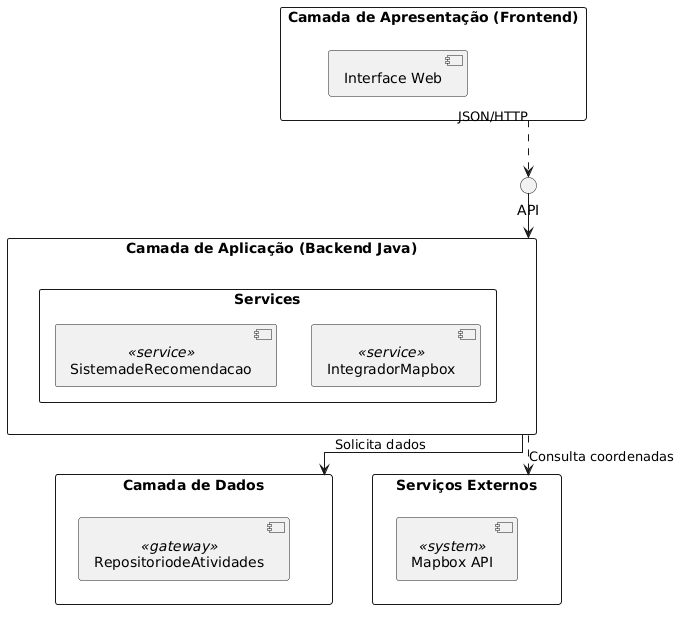
J-B-Works/Wisp keeps this PlantUML diagram as Modelagem/Outputs(Imagens)/Diagrama_de_pacotes.png. Above is the earlier version.
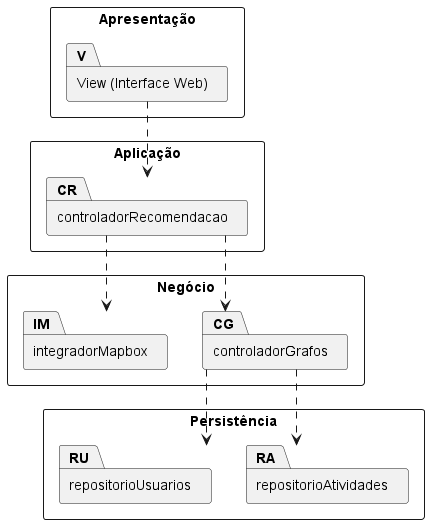
The same file after the commit.

Diff of the diagram source:
```diff
@@ -3,31 +3,28 @@
 skinparam shadowing false
 skinparam linetype ortho
 
-package "Camada de Apresentação (Frontend)" as Presentation {
-    [Interface Web] as UI
+package "Apresentação" {
+    package "View (Interface Web)" as V
 }
 
-package "Camada de Aplicação (Backend Java)" as App {
-
-        package "Services" as Domain_Logic {
-        [SistemadeRecomendacao] <<service>>
-        [IntegradorMapbox] <<service>>
-
-    }
+package "Aplicação" {
+    package "controladorRecomendacao" as CR
 }
 
-package "Camada de Dados" as DataLayer {
-    [RepositoriodeAtividades] <<gateway>>
-
+package "Negócio" {
+    package "controladorGrafos" as CG
+    package "integradorMapbox" as IM
 }
 
-package "Serviços Externos" as External {
-    [Mapbox API] <<system>>
+package "Persistência" {
+    package "repositorioAtividades" as RA
+    package "repositorioUsuarios" as RU
 }
 
+V ..> CR
+CR ..> CG
+CR ..> IM
 
-Presentation ..> API : JSON/HTTP
-API --> App
-App --> DataLayer : Solicita dados
-App ..> External : Consulta coordenadas
+CG ..> RA
+CG ..> RU
 @enduml
```
